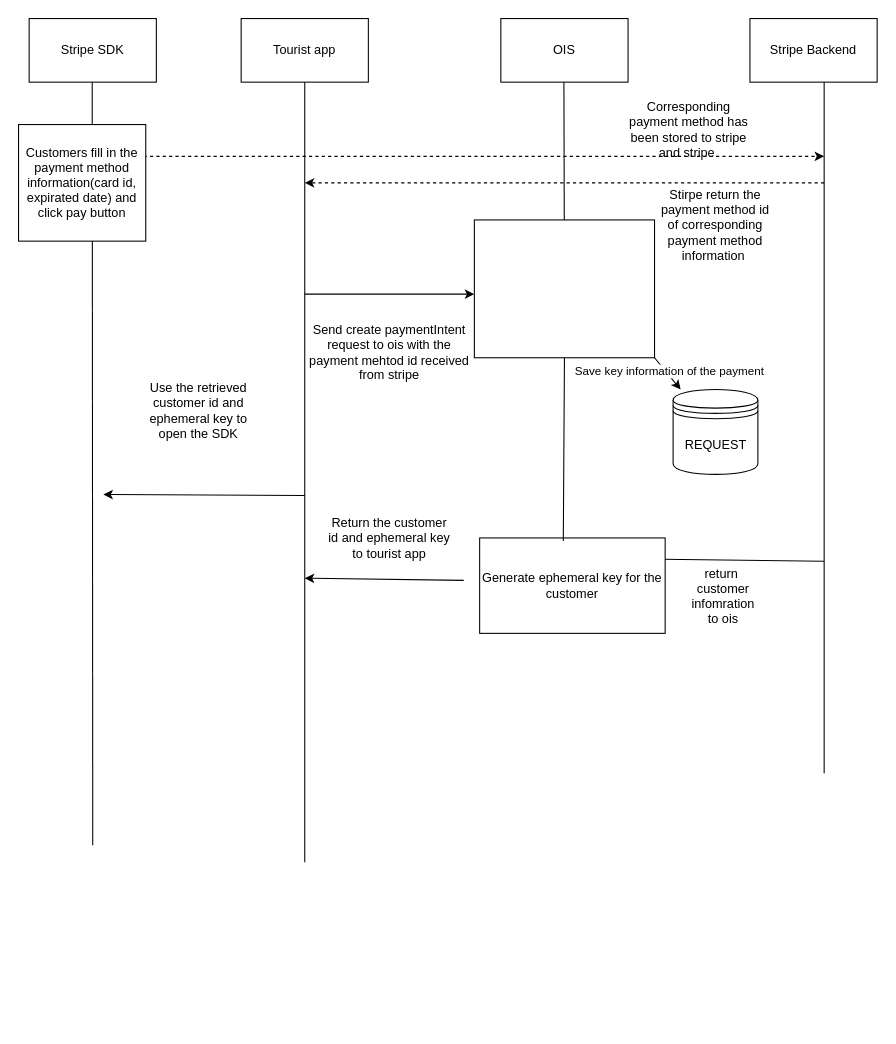
The draw.io diagram Untitled Diagram.drawio in miralover/Luke-springboot-ecommerce, before the edit. Source tidied: cells renumbered, new cells numbered last; positions are measured from the earlier drawing's top-left corner, leaving out a move shared by most shapes. Both pictures are drawn from the tidied source at 106%, with x=0, y=0 at pixel (18, 18).
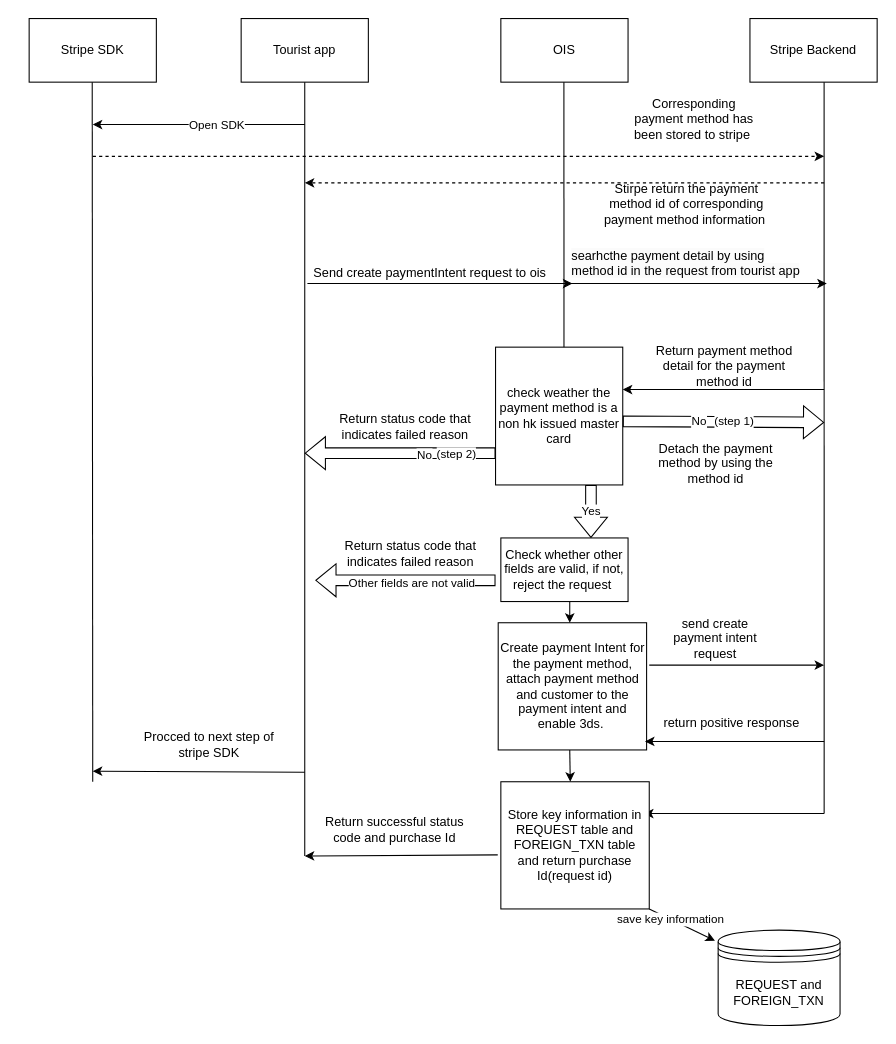
The same page after the edit.

Unchanged cells that the change refers to:
```xml
<mxCell id="2" value="Tourist app" style="rounded=0;whiteSpace=wrap;html=1;" parent="1" vertex="1">
  <mxGeometry x="210" width="120" height="60" as="geometry" />
</mxCell>
<mxCell id="4" value="Stripe Backend" style="rounded=0;whiteSpace=wrap;html=1;" parent="1" vertex="1">
  <mxGeometry x="690" width="120" height="60" as="geometry" />
</mxCell>
```

What changed in the source:
```diff
@@
     <mxCell id="5" style="endArrow=none;html=1;rounded=0;entryX=0.5;entryY=1;entryDx=0;entryDy=0;" parent="1" edge="1" target="2">
       <mxGeometry relative="1" as="geometry">
-        <mxPoint x="270" y="796" as="sourcePoint" />
+        <mxPoint x="270" y="790" as="sourcePoint" />
       </mxGeometry>
     </mxCell>
-    <mxCell id="6" style="endArrow=none;html=1;rounded=0;entryX=0.5;entryY=1;entryDx=0;entryDy=0;" parent="1" edge="1" source="26">
+    <mxCell id="6" style="endArrow=none;html=1;rounded=0;entryX=0.5;entryY=1;entryDx=0;entryDy=0;exitX=0.538;exitY=0.167;exitDx=0;exitDy=0;exitPerimeter=0;" parent="1" edge="1" source="33">
       <mxGeometry relative="1" as="geometry">
         <mxPoint x="514.5" y="60" as="targetPoint" />
       </mxGeometry>
     </mxCell>
-    <mxCell id="7" style="endArrow=none;html=1;rounded=0;entryX=0.5;entryY=1;entryDx=0;entryDy=0;" parent="1" edge="1">
+    <mxCell id="7" style="endArrow=none;html=1;rounded=0;entryX=0.583;entryY=1;entryDx=0;entryDy=0;entryPerimeter=0;" parent="1" edge="1" target="4">
       <mxGeometry relative="1" as="geometry">
-        <mxPoint x="760" y="712" as="sourcePoint" />
-        <mxPoint x="760" y="60" as="targetPoint" />
+        <mxPoint x="760" y="750" as="sourcePoint" />
       </mxGeometry>
     </mxCell>
-    <mxCell id="8" style="endArrow=classic;html=1;rounded=0;entryX=0;entryY=0.5;entryDx=0;entryDy=0;" parent="1" edge="1">
+    <mxCell id="8" style="endArrow=classic;html=1;rounded=0;" parent="1" edge="1">
       <mxGeometry relative="1" as="geometry">
-        <mxPoint x="270" y="260" as="sourcePoint" />
-        <mxPoint x="430" y="260" as="targetPoint" />
+        <mxPoint x="272.5" y="250" as="sourcePoint" />
+        <mxPoint x="522.5" y="250" as="targetPoint" />
       </mxGeometry>
     </mxCell>
@@
     <mxCell id="10" style="endArrow=none;html=1;rounded=0;entryX=0.5;entryY=1;entryDx=0;entryDy=0;" parent="1" edge="1">
       <mxGeometry relative="1" as="geometry">
-        <mxPoint x="70" y="780" as="sourcePoint" />
+        <mxPoint x="70" y="720" as="sourcePoint" />
         <mxPoint x="69.5" y="60" as="targetPoint" />
       </mxGeometry>
     </mxCell>
-    <mxCell id="11" value="Send create paymentIntent request to ois with the payment mehtod id received from stripe" style="text;html=1;strokeColor=none;fillColor=none;align=center;verticalAlign=middle;whiteSpace=wrap;rounded=0;" parent="1" vertex="1">
-      <mxGeometry x="270" y="265" width="160" height="100" as="geometry" />
+    <mxCell id="11" value="Send create paymentIntent request to ois&amp;nbsp;" style="text;html=1;strokeColor=none;fillColor=none;align=center;verticalAlign=middle;whiteSpace=wrap;rounded=0;" parent="1" vertex="1">
+      <mxGeometry x="270" y="210" width="240" height="60" as="geometry" />
     </mxCell>
-    <mxCell id="12" value="REQUEST" style="shape=datastore;whiteSpace=wrap;html=1;" parent="1" vertex="1">
-      <mxGeometry x="617.5" y="350" width="80" height="80" as="geometry" />
+    <mxCell id="12" value="REQUEST and FOREIGN_TXN" style="shape=datastore;whiteSpace=wrap;html=1;" parent="1" vertex="1">
+      <mxGeometry x="660" y="860" width="115" height="90" as="geometry" />
     </mxCell>
     <mxCell id="13" style="endArrow=classic;html=1;rounded=0;" parent="1" edge="1">
       <mxGeometry relative="1" as="geometry">
-        <mxPoint x="270" y="450" as="sourcePoint" />
-        <mxPoint x="80" y="449" as="targetPoint" />
+        <mxPoint x="270" y="711" as="sourcePoint" />
+        <mxPoint x="70" y="710" as="targetPoint" />
       </mxGeometry>
     </mxCell>
-    <mxCell id="14" value="Use the retrieved customer id and ephemeral key to open the SDK" style="text;html=1;strokeColor=none;fillColor=none;align=center;verticalAlign=middle;whiteSpace=wrap;rounded=0;" parent="1" vertex="1">
-      <mxGeometry x="110" y="330" width="120" height="80" as="geometry" />
-    </mxCell>
-    <mxCell id="15" style="endArrow=classic;html=1;rounded=0;" parent="1" edge="1">
-      <mxGeometry relative="1" as="geometry">
-        <mxPoint x="760" y="512" as="sourcePoint" />
-        <mxPoint x="600" y="510" as="targetPoint" />
-      </mxGeometry>
-    </mxCell>
-    <mxCell id="16" value="return&amp;nbsp; customer infomration to ois" style="text;html=1;strokeColor=none;fillColor=none;align=center;verticalAlign=middle;whiteSpace=wrap;rounded=0;" parent="1" vertex="1">
-      <mxGeometry x="635" y="530" width="60" height="30" as="geometry" />
-    </mxCell>
-    <mxCell id="17" value="Generate ephemeral key for the customer" style="rounded=0;whiteSpace=wrap;html=1;" parent="1" vertex="1">
-      <mxGeometry x="435" y="490" width="175" height="90" as="geometry" />
-    </mxCell>
-    <mxCell id="18" style="endArrow=classic;html=1;rounded=0;" parent="1" edge="1">
-      <mxGeometry relative="1" as="geometry">
-        <mxPoint x="420" y="530" as="sourcePoint" />
-        <mxPoint x="270" y="528" as="targetPoint" />
-      </mxGeometry>
-    </mxCell>
-    <mxCell id="19" value="Return the customer id and ephemeral key to tourist app" style="text;html=1;strokeColor=none;fillColor=none;align=center;verticalAlign=middle;whiteSpace=wrap;rounded=0;" parent="1" vertex="1">
-      <mxGeometry x="290" y="450" width="120" height="80" as="geometry" />
-    </mxCell>
@@
-    <mxCell id="21" value="Customers fill in the payment method information(card id, expirated date) and click pay button" style="rounded=0;whiteSpace=wrap;html=1;" parent="1" vertex="1">
-      <mxGeometry y="100" width="120" height="110" as="geometry" />
-    </mxCell>
-    <mxCell id="22" value="Corresponding payment method has been stored to stripe and stripe&amp;nbsp;" style="text;html=1;strokeColor=none;fillColor=none;align=center;verticalAlign=middle;whiteSpace=wrap;rounded=0;" parent="1" vertex="1">
-      <mxGeometry x="575" y="90" width="115" height="30" as="geometry" />
+    <mxCell id="22" value="Corresponding payment method has been stored to stripe&amp;nbsp;" style="text;html=1;strokeColor=none;fillColor=none;align=center;verticalAlign=middle;whiteSpace=wrap;rounded=0;" parent="1" vertex="1">
+      <mxGeometry x="580" y="80" width="115" height="30" as="geometry" />
     </mxCell>
@@
     <mxCell id="24" value="Stirpe return the payment method id of corresponding payment method information&amp;nbsp;" style="text;html=1;strokeColor=none;fillColor=none;align=center;verticalAlign=middle;whiteSpace=wrap;rounded=0;" parent="1" vertex="1">
-      <mxGeometry x="600" y="180" width="115" height="30" as="geometry" />
+      <mxGeometry x="547.5" y="160" width="165" height="30" as="geometry" />
     </mxCell>
-    <mxCell id="25" style="endArrow=none;html=1;rounded=0;entryX=0.5;entryY=1;entryDx=0;entryDy=0;exitX=0.451;exitY=0.033;exitDx=0;exitDy=0;exitPerimeter=0;" parent="1" edge="1" source="17" target="26">
-      <mxGeometry relative="1" as="geometry" />
-    </mxCell>
-    <mxCell id="26" style="rounded=0;whiteSpace=wrap;html=1;" parent="1" vertex="1">
-      <mxGeometry x="430" y="190" width="170" height="130" as="geometry" />
-    </mxCell>
-    <mxCell id="27" style="endArrow=classic;html=1;rounded=0;exitX=1;exitY=1;exitDx=0;exitDy=0;" parent="1" edge="1" source="26" target="12">
-      <mxGeometry relative="1" as="geometry" />
-    </mxCell>
-    <mxCell id="28" value="Save key information of the payment" style="edgeLabel;html=1;align=center;verticalAlign=middle;" parent="27" vertex="1">
-      <mxGeometry x="-0.06" y="3" relative="1" as="geometry" />
-    </mxCell>
+    <mxCell id="29" value="&lt;span style=&quot;color: rgb(0, 0, 0); font-family: Helvetica; font-size: 12px; font-style: normal; font-variant-ligatures: normal; font-variant-caps: normal; font-weight: 400; letter-spacing: normal; orphans: 2; text-align: center; text-indent: 0px; text-transform: none; widows: 2; word-spacing: 0px; -webkit-text-stroke-width: 0px; background-color: rgb(251, 251, 251); text-decoration-thickness: initial; text-decoration-style: initial; text-decoration-color: initial; float: none; display: inline !important;&quot;&gt;searhcthe payment detail by using method id in the request&amp;nbsp;&lt;/span&gt;&lt;span style=&quot;color: rgb(0, 0, 0); font-family: Helvetica; font-size: 12px; font-style: normal; font-variant-ligatures: normal; font-variant-caps: normal; font-weight: 400; letter-spacing: normal; orphans: 2; text-align: center; text-indent: 0px; text-transform: none; widows: 2; word-spacing: 0px; -webkit-text-stroke-width: 0px; background-color: rgb(251, 251, 251); text-decoration-thickness: initial; text-decoration-style: initial; text-decoration-color: initial; float: none; display: inline !important;&quot;&gt;from tourist app&lt;/span&gt;" style="text;whiteSpace=wrap;html=1;" parent="1" vertex="1">
+      <mxGeometry x="520" y="210" width="220" height="50" as="geometry" />
+    </mxCell>
+    <mxCell id="30" style="endArrow=classic;html=1;rounded=0;" parent="1" edge="1">
+      <mxGeometry relative="1" as="geometry">
+        <mxPoint x="512.5" y="250" as="sourcePoint" />
+        <mxPoint x="762.5" y="250" as="targetPoint" />
+      </mxGeometry>
+    </mxCell>
+    <mxCell id="31" style="endArrow=classic;html=1;rounded=0;" parent="1" edge="1">
+      <mxGeometry relative="1" as="geometry">
+        <mxPoint x="760" y="350" as="sourcePoint" />
+        <mxPoint x="570" y="350" as="targetPoint" />
+      </mxGeometry>
+    </mxCell>
+    <mxCell id="32" value="&lt;div style=&quot;text-align: center;&quot;&gt;Return payment method detail for the payment method id&lt;/div&gt;" style="text;whiteSpace=wrap;html=1;" parent="1" vertex="1">
+      <mxGeometry x="590" y="300" width="150" height="50" as="geometry" />
+    </mxCell>
+    <mxCell id="33" value="check weather the payment method is a non hk issued master card" style="rounded=0;whiteSpace=wrap;html=1;" parent="1" vertex="1">
+      <mxGeometry x="450" y="310" width="120" height="130" as="geometry" />
+    </mxCell>
+    <mxCell id="34" value="Yes" style="shape=flexArrow;endArrow=classic;html=1;rounded=0;" parent="1" edge="1">
+      <mxGeometry relative="1" as="geometry">
+        <mxPoint x="540" y="440" as="sourcePoint" />
+        <mxPoint x="540" y="490" as="targetPoint" />
+      </mxGeometry>
+    </mxCell>
+    <mxCell id="35" value="Create payment Intent for the payment method, attach payment method and customer to the payment intent and enable 3ds.&amp;nbsp;" style="rounded=0;whiteSpace=wrap;html=1;" parent="1" vertex="1">
+      <mxGeometry x="452.5" y="570" width="140" height="120" as="geometry" />
+    </mxCell>
+    <mxCell id="36" style="shape=flexArrow;endArrow=classic;html=1;rounded=0;" parent="1" edge="1">
+      <mxGeometry relative="1" as="geometry">
+        <mxPoint x="450" y="410" as="sourcePoint" />
+        <mxPoint x="270" y="410" as="targetPoint" />
+      </mxGeometry>
+    </mxCell>
+    <mxCell id="37" value="No" style="edgeLabel;html=1;align=center;verticalAlign=middle;" parent="36" vertex="1">
+      <mxGeometry x="-0.25" y="1" relative="1" as="geometry" />
+    </mxCell>
+    <mxCell id="38" value="(step 2)" style="edgeLabel;html=1;align=center;verticalAlign=middle;" parent="36" vertex="1">
+      <mxGeometry x="-0.48" relative="1" as="geometry">
+        <mxPoint x="9" as="offset" />
+      </mxGeometry>
+    </mxCell>
+    <mxCell id="39" style="shape=flexArrow;endArrow=classic;html=1;rounded=0;" parent="1" edge="1">
+      <mxGeometry relative="1" as="geometry">
+        <mxPoint x="570" y="380" as="sourcePoint" />
+        <mxPoint x="760" y="381" as="targetPoint" />
+      </mxGeometry>
+    </mxCell>
+    <mxCell id="40" value="No" style="edgeLabel;html=1;align=center;verticalAlign=middle;" parent="39" vertex="1">
+      <mxGeometry x="-0.25" y="1" relative="1" as="geometry" />
+    </mxCell>
+    <mxCell id="41" value="(step 1)" style="edgeLabel;html=1;align=center;verticalAlign=middle;" parent="39" vertex="1">
+      <mxGeometry x="0.05" relative="1" as="geometry">
+        <mxPoint x="5" y="-1" as="offset" />
+      </mxGeometry>
+    </mxCell>
+    <mxCell id="42" value="Detach the payment method by using the method id" style="text;html=1;strokeColor=none;fillColor=none;align=center;verticalAlign=middle;whiteSpace=wrap;rounded=0;" parent="1" vertex="1">
+      <mxGeometry x="592.5" y="400" width="130" height="40" as="geometry" />
+    </mxCell>
+    <mxCell id="43" value="Return status code that indicates failed reason" style="text;html=1;strokeColor=none;fillColor=none;align=center;verticalAlign=middle;whiteSpace=wrap;rounded=0;" parent="1" vertex="1">
+      <mxGeometry x="295" y="370" width="140" height="30" as="geometry" />
+    </mxCell>
+    <mxCell id="44" style="endArrow=classic;html=1;rounded=0;" parent="1" edge="1">
+      <mxGeometry relative="1" as="geometry">
+        <mxPoint x="270" y="100" as="sourcePoint" />
+        <mxPoint x="70" y="100" as="targetPoint" />
+      </mxGeometry>
+    </mxCell>
+    <mxCell id="45" value="Open SDK" style="edgeLabel;html=1;align=center;verticalAlign=middle;" parent="44" vertex="1">
+      <mxGeometry x="-0.16" relative="1" as="geometry" />
+    </mxCell>
+    <mxCell id="46" style="endArrow=classic;html=1;rounded=0;" parent="1" edge="1">
+      <mxGeometry relative="1" as="geometry">
+        <mxPoint x="595" y="610" as="sourcePoint" />
+        <mxPoint x="760" y="610" as="targetPoint" />
+      </mxGeometry>
+    </mxCell>
+    <mxCell id="47" value="send create payment intent request" style="text;html=1;strokeColor=none;fillColor=none;align=center;verticalAlign=middle;whiteSpace=wrap;rounded=0;" parent="1" vertex="1">
+      <mxGeometry x="606.2" y="570" width="102.5" height="30" as="geometry" />
+    </mxCell>
+    <mxCell id="48" style="endArrow=classic;html=1;rounded=0;" parent="1" edge="1">
+      <mxGeometry relative="1" as="geometry">
+        <mxPoint x="760" y="750" as="sourcePoint" />
+        <mxPoint x="590" y="750" as="targetPoint" />
+      </mxGeometry>
+    </mxCell>
+    <mxCell id="49" value="Store key information in REQUEST table and FOREIGN_TXN table and return purchase Id(request id)" style="rounded=0;whiteSpace=wrap;html=1;" parent="1" vertex="1">
+      <mxGeometry x="455" y="720" width="140" height="120" as="geometry" />
+    </mxCell>
+    <mxCell id="50" value="return positive response" style="text;html=1;strokeColor=none;fillColor=none;align=center;verticalAlign=middle;whiteSpace=wrap;rounded=0;" parent="1" vertex="1">
+      <mxGeometry x="606.2" y="650" width="133.8" height="30" as="geometry" />
+    </mxCell>
+    <mxCell id="51" style="endArrow=classic;html=1;rounded=0;exitX=-0.021;exitY=0.575;exitDx=0;exitDy=0;exitPerimeter=0;" parent="1" edge="1" source="49">
+      <mxGeometry relative="1" as="geometry">
+        <mxPoint x="270" y="790" as="targetPoint" />
+      </mxGeometry>
+    </mxCell>
+    <mxCell id="52" value="Return successful status code and purchase Id" style="text;html=1;strokeColor=none;fillColor=none;align=center;verticalAlign=middle;whiteSpace=wrap;rounded=0;" parent="1" vertex="1">
+      <mxGeometry x="285" y="750" width="140" height="30" as="geometry" />
+    </mxCell>
+    <mxCell id="53" value="Procced to next step of stripe SDK" style="text;html=1;strokeColor=none;fillColor=none;align=center;verticalAlign=middle;whiteSpace=wrap;rounded=0;" parent="1" vertex="1">
+      <mxGeometry x="110" y="670" width="140" height="30" as="geometry" />
+    </mxCell>
+    <mxCell id="54" style="endArrow=classic;html=1;rounded=0;entryX=-0.026;entryY=0.111;entryDx=0;entryDy=0;entryPerimeter=0;exitX=1;exitY=1;exitDx=0;exitDy=0;" parent="1" edge="1" source="49" target="12">
+      <mxGeometry relative="1" as="geometry" />
+    </mxCell>
+    <mxCell id="55" value="save key information" style="edgeLabel;html=1;align=center;verticalAlign=middle;" parent="54" vertex="1">
+      <mxGeometry x="-0.38" y="4" relative="1" as="geometry">
+        <mxPoint x="-1" y="4" as="offset" />
+      </mxGeometry>
+    </mxCell>
+    <mxCell id="56" value="Check whether other fields are valid, if not, reject the request&amp;nbsp;" style="rounded=0;whiteSpace=wrap;html=1;" parent="1" vertex="1">
+      <mxGeometry x="455" y="490" width="120" height="60" as="geometry" />
+    </mxCell>
+    <mxCell id="57" style="endArrow=classic;html=1;rounded=0;" parent="1" edge="1">
+      <mxGeometry relative="1" as="geometry">
+        <mxPoint x="520" y="550" as="sourcePoint" />
+        <mxPoint x="520" y="570" as="targetPoint" />
+      </mxGeometry>
+    </mxCell>
+    <mxCell id="58" value="Return status code that indicates failed reason" style="text;html=1;strokeColor=none;fillColor=none;align=center;verticalAlign=middle;whiteSpace=wrap;rounded=0;" parent="1" vertex="1">
+      <mxGeometry x="300" y="490" width="140" height="30" as="geometry" />
+    </mxCell>
+    <mxCell id="59" style="shape=flexArrow;endArrow=classic;html=1;rounded=0;" parent="1" edge="1">
+      <mxGeometry relative="1" as="geometry">
+        <mxPoint x="450" y="530" as="sourcePoint" />
+        <mxPoint x="280" y="530" as="targetPoint" />
+      </mxGeometry>
+    </mxCell>
+    <mxCell id="60" value="Other fields are not valid" style="edgeLabel;html=1;align=center;verticalAlign=middle;" parent="59" vertex="1">
+      <mxGeometry x="0.16" y="2" relative="1" as="geometry">
+        <mxPoint x="19" as="offset" />
+      </mxGeometry>
+    </mxCell>
+    <mxCell id="61" style="endArrow=classic;html=1;rounded=0;entryX=0.989;entryY=0.933;entryDx=0;entryDy=0;entryPerimeter=0;" parent="1" edge="1" target="35">
+      <mxGeometry relative="1" as="geometry">
+        <mxPoint x="760" y="682" as="sourcePoint" />
+      </mxGeometry>
+    </mxCell>
+    <mxCell id="62" style="endArrow=classic;html=1;rounded=0;" parent="1" edge="1">
+      <mxGeometry relative="1" as="geometry">
+        <mxPoint x="520" y="690" as="sourcePoint" />
+        <mxPoint x="520.5" y="720" as="targetPoint" />
+      </mxGeometry>
+    </mxCell>
```
